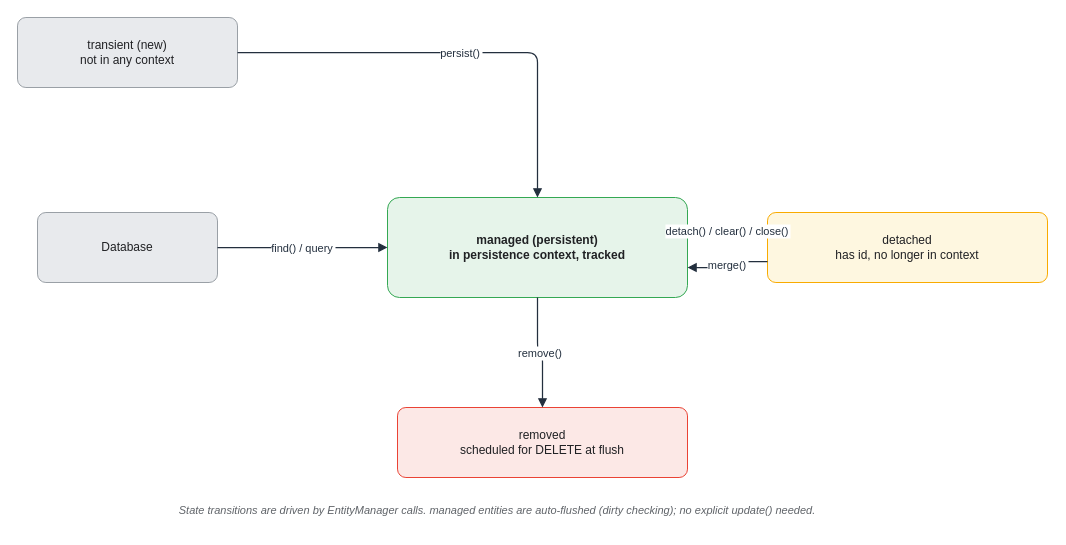
This is assets/img/spring/spring-16-entity-states.drawio from KKamJi98/kkamji98.github.io, a draw.io file, before an edit. Source tidied: cells renumbered, new cells numbered last; positions are measured from the earlier drawing's top-left corner, leaving out a move shared by most shapes. Both pictures are drawn from the tidied source at 100%, with x=0, y=0 at pixel (17, 17).
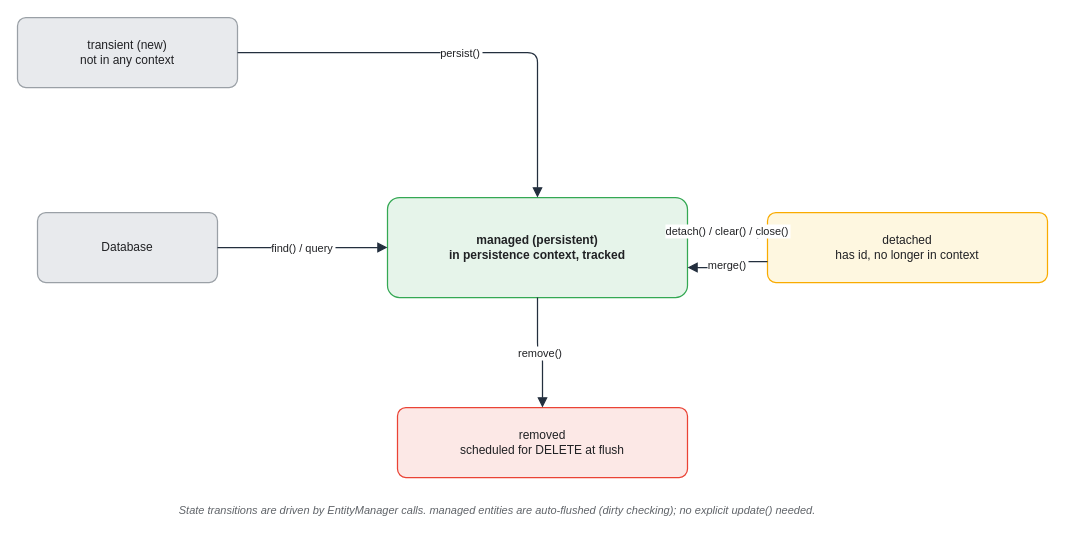
Above is the later version.

Change to the diagram source:
```diff
@@
 <mxGraphModel background="#FFFFFF">
   <root>
     <mxCell id="0" />
     <mxCell id="1" parent="0" />
-    <mxCell id="2" value="transient (new)&#10;not in any context" style="rounded=1;whiteSpace=wrap;html=0;arcSize=12;shadow=0;fillColor=#E8EAED;strokeColor=#9AA0A6;fontColor=#202124;" parent="1" vertex="1">
+    <mxCell id="2" value="transient (new)&#10;not in any context" style="rounded=1;whiteSpace=wrap;html=0;arcSize=12;shadow=0;fillColor=#E8EAED;strokeColor=#9AA0A6;fontColor=#202124;strokeWidth=1.25;" parent="1" vertex="1">
       <mxGeometry width="220" height="70" as="geometry" />
     </mxCell>
-    <mxCell id="3" value="Database" style="rounded=1;whiteSpace=wrap;html=0;arcSize=12;shadow=0;fillColor=#E8EAED;strokeColor=#9AA0A6;fontColor=#202124;" parent="1" vertex="1">
+    <mxCell id="3" value="Database" style="rounded=1;whiteSpace=wrap;html=0;arcSize=12;shadow=0;fillColor=#E8EAED;strokeColor=#9AA0A6;fontColor=#202124;strokeWidth=1.25;" parent="1" vertex="1">
       <mxGeometry x="20" y="195" width="180" height="70" as="geometry" />
     </mxCell>
-    <mxCell id="4" value="managed (persistent)&#10;in persistence context, tracked" style="rounded=1;whiteSpace=wrap;html=0;arcSize=12;shadow=0;fillColor=#E6F4EA;strokeColor=#34A853;fontColor=#202124;fontStyle=1;" parent="1" vertex="1">
+    <mxCell id="4" value="managed (persistent)&#10;in persistence context, tracked" style="rounded=1;whiteSpace=wrap;html=0;arcSize=12;shadow=0;fillColor=#E6F4EA;strokeColor=#34A853;fontColor=#202124;fontStyle=1;strokeWidth=1.25;" parent="1" vertex="1">
       <mxGeometry x="370" y="180" width="300" height="100" as="geometry" />
     </mxCell>
-    <mxCell id="5" value="detached&#10;has id, no longer in context" style="rounded=1;whiteSpace=wrap;html=0;arcSize=12;shadow=0;fillColor=#FEF7E0;strokeColor=#F9AB00;fontColor=#202124;" parent="1" vertex="1">
+    <mxCell id="5" value="detached&#10;has id, no longer in context" style="rounded=1;whiteSpace=wrap;html=0;arcSize=12;shadow=0;fillColor=#FEF7E0;strokeColor=#F9AB00;fontColor=#202124;strokeWidth=1.25;" parent="1" vertex="1">
       <mxGeometry x="750" y="195" width="280" height="70" as="geometry" />
     </mxCell>
-    <mxCell id="6" value="removed&#10;scheduled for DELETE at flush" style="rounded=1;whiteSpace=wrap;html=0;arcSize=12;shadow=0;fillColor=#FCE8E6;strokeColor=#EA4335;fontColor=#202124;" parent="1" vertex="1">
+    <mxCell id="6" value="removed&#10;scheduled for DELETE at flush" style="rounded=1;whiteSpace=wrap;html=0;arcSize=12;shadow=0;fillColor=#FCE8E6;strokeColor=#EA4335;fontColor=#202124;strokeWidth=1.25;" parent="1" vertex="1">
       <mxGeometry x="380" y="390" width="290" height="70" as="geometry" />
     </mxCell>
-    <mxCell id="7" value="persist()" style="edgeStyle=orthogonalEdgeStyle;rounded=1;html=0;endArrow=block;strokeColor=#232F3E;fontColor=#232F3E;labelBackgroundColor=#FFFFFF;strokeWidth=1.25;" parent="1" edge="1" source="2" target="4">
+    <mxCell id="7" value="persist()" style="edgeStyle=orthogonalEdgeStyle;rounded=1;html=0;endArrow=block;strokeColor=#232F3E;fontColor=#202124;labelBackgroundColor=#FFFFFF;strokeWidth=1.25;endSize=7;" parent="1" edge="1" source="2" target="4">
       <mxGeometry relative="1" as="geometry" />
     </mxCell>
-    <mxCell id="8" value="find() / query" style="edgeStyle=orthogonalEdgeStyle;rounded=1;html=0;endArrow=block;strokeColor=#232F3E;fontColor=#232F3E;labelBackgroundColor=#FFFFFF;strokeWidth=1.25;" parent="1" edge="1" source="3" target="4">
+    <mxCell id="8" value="find() / query" style="edgeStyle=orthogonalEdgeStyle;rounded=1;html=0;endArrow=block;strokeColor=#232F3E;fontColor=#202124;labelBackgroundColor=#FFFFFF;strokeWidth=1.25;endSize=7;" parent="1" edge="1" source="3" target="4">
       <mxGeometry relative="1" as="geometry" />
     </mxCell>
-    <mxCell id="9" value="detach() / clear() / close()" style="edgeStyle=orthogonalEdgeStyle;rounded=1;html=0;endArrow=block;strokeColor=#232F3E;fontColor=#232F3E;labelBackgroundColor=#FFFFFF;exitX=1;exitY=0.3;exitDx=0;exitDy=0;entryX=0;entryY=0.3;entryDx=0;entryDy=0;strokeWidth=1.25;" parent="1" edge="1" source="4" target="5">
+    <mxCell id="9" value="detach() / clear() / close()" style="edgeStyle=orthogonalEdgeStyle;rounded=1;html=0;endArrow=block;strokeColor=#232F3E;fontColor=#202124;labelBackgroundColor=#FFFFFF;exitX=1;exitY=0.3;exitDx=0;exitDy=0;entryX=0;entryY=0.3;entryDx=0;entryDy=0;strokeWidth=1.25;endSize=7;" parent="1" edge="1" source="4" target="5">
       <mxGeometry relative="1" as="geometry" />
     </mxCell>
-    <mxCell id="10" value="merge()" style="edgeStyle=orthogonalEdgeStyle;rounded=1;html=0;endArrow=block;strokeColor=#232F3E;fontColor=#232F3E;labelBackgroundColor=#FFFFFF;exitX=0;exitY=0.7;exitDx=0;exitDy=0;entryX=1;entryY=0.7;entryDx=0;entryDy=0;strokeWidth=1.25;" parent="1" edge="1" source="5" target="4">
+    <mxCell id="10" value="merge()" style="edgeStyle=orthogonalEdgeStyle;rounded=1;html=0;endArrow=block;strokeColor=#232F3E;fontColor=#202124;labelBackgroundColor=#FFFFFF;exitX=0;exitY=0.7;exitDx=0;exitDy=0;entryX=1;entryY=0.7;entryDx=0;entryDy=0;strokeWidth=1.25;endSize=7;" parent="1" edge="1" source="5" target="4">
       <mxGeometry relative="1" as="geometry" />
     </mxCell>
-    <mxCell id="11" value="remove()" style="edgeStyle=orthogonalEdgeStyle;rounded=1;html=0;endArrow=block;strokeColor=#232F3E;fontColor=#232F3E;labelBackgroundColor=#FFFFFF;strokeWidth=1.25;" parent="1" edge="1" source="4" target="6">
+    <mxCell id="11" value="remove()" style="edgeStyle=orthogonalEdgeStyle;rounded=1;html=0;endArrow=block;strokeColor=#232F3E;fontColor=#202124;labelBackgroundColor=#FFFFFF;strokeWidth=1.25;endSize=7;" parent="1" edge="1" source="4" target="6">
       <mxGeometry relative="1" as="geometry" />
     </mxCell>
     <mxCell id="12" value="State transitions are driven by EntityManager calls. managed entities are auto-flushed (dirty checking); no explicit update() needed." style="text;html=0;align=center;verticalAlign=middle;whiteSpace=wrap;fontSize=11;fontColor=#5F6368;fontStyle=2;" parent="1" vertex="1">
       <mxGeometry y="475" width="960" height="35" as="geometry" />
     </mxCell>
   </root>
 </mxGraphModel>
```
